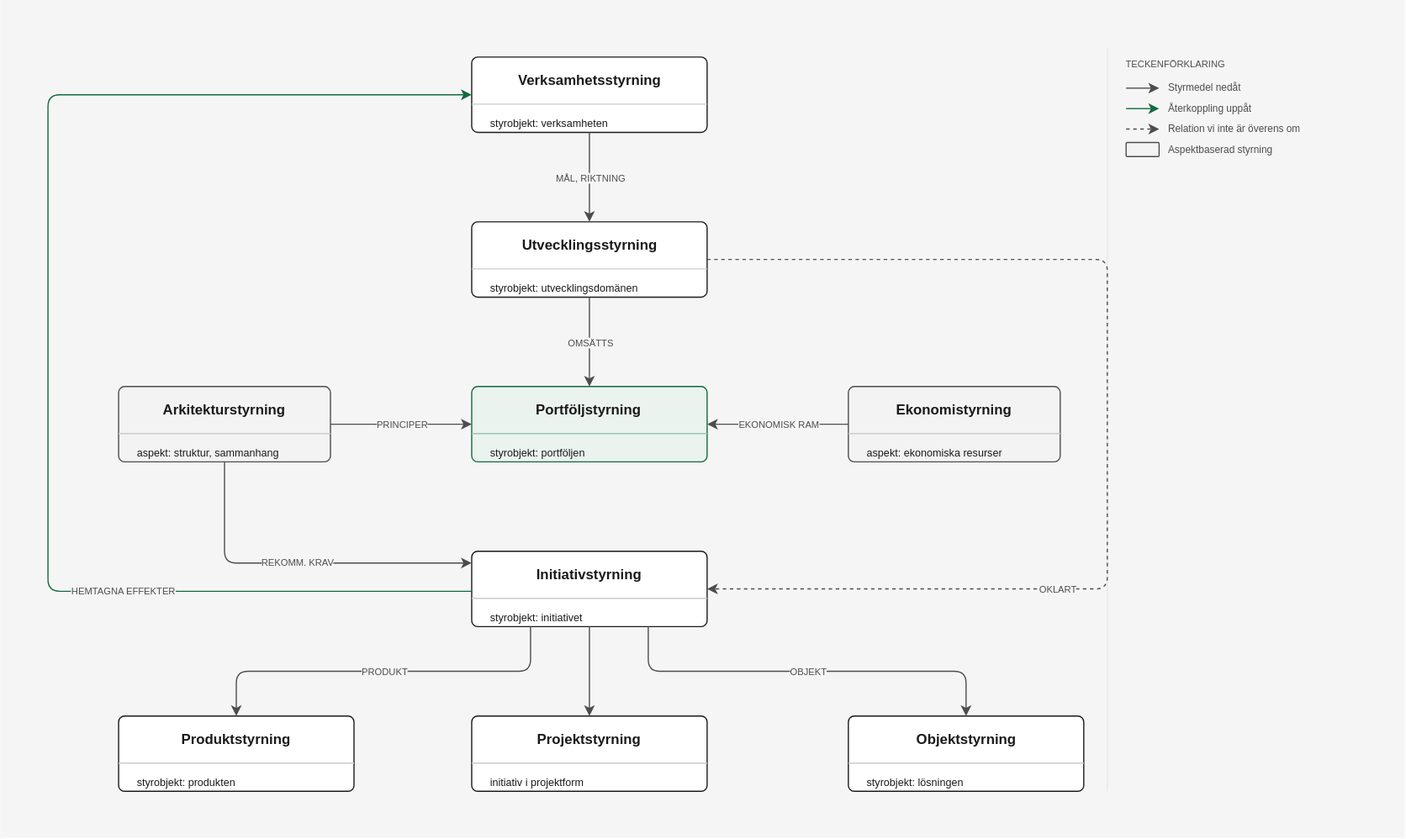
Above: layout/Styrning/Styrning flöde.drawio.svg in nickdin/gestaltadet-katalog (draw.io), before the change. Source tidied: cells renumbered, new cells last; positions are measured from the earlier drawing's top-left corner, leaving out a move shared by most shapes.
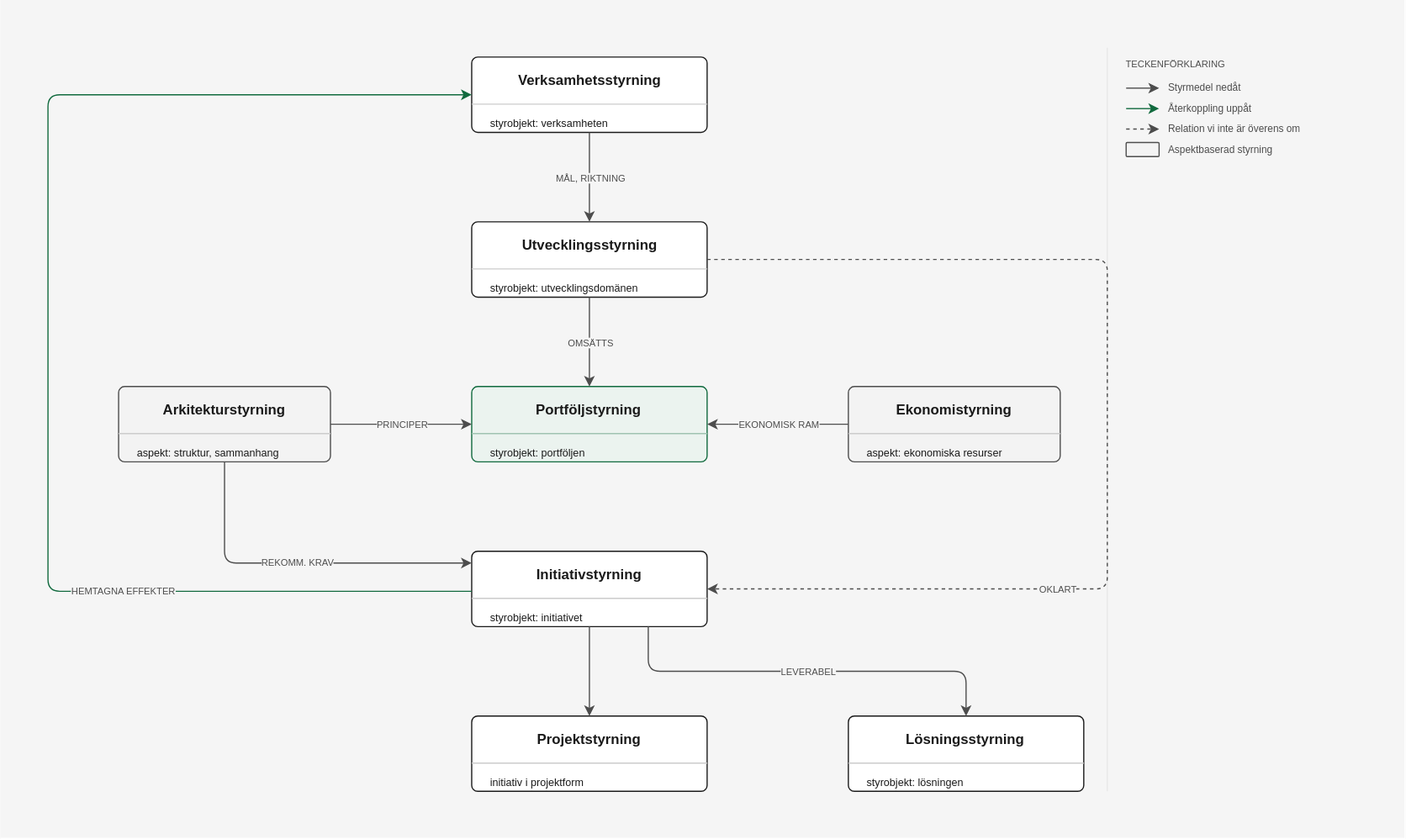
After the commit.

Commit message:
Ritningen Styrning flöde: 0 pilar ändrade, 1 tillagd (LEVERABEL), 2 borttagna (PRODUKT, OBJEKT), Ticket #156

Rutan Produktstyrning är borttagen, och rutan Objektstyrning heter Lösningsstyrning (C-047).

Claude-Session: https://claude.ai/code/session_014hgawKpwgUZB8TwH8a3dZx

What changed in the source:
```diff
@@ -113,24 +113,6 @@
         <mxPoint x="200" y="40" as="targetPoint" />
       </mxGeometry>
     </mxCell>
-    <mxCell id="33" style="group;" parent="1" vertex="1">
-      <mxGeometry x="100" y="608" width="200" height="64" as="geometry" />
-    </mxCell>
-    <mxCell id="34" style="rounded=1;arcSize=8;whiteSpace=wrap;html=1;fillColor=#ffffff;strokeColor=#1a1a1a;strokeWidth=1;" parent="33" vertex="1">
-      <mxGeometry width="200" height="64" as="geometry" />
-    </mxCell>
-    <mxCell id="35" value="Produktstyrning" style="text;html=1;strokeColor=none;fillColor=none;align=center;verticalAlign=middle;whiteSpace=wrap;overflow=hidden;fontFamily=Helvetica;fontSize=12;fontColor=#1a1a1a;fontStyle=1;spacing=0;" parent="33" vertex="1">
-      <mxGeometry x="42" y="10.8" width="116" height="18" as="geometry" />
-    </mxCell>
-    <mxCell id="36" value="styrobjekt: produkten" style="text;html=1;strokeColor=none;fillColor=none;align=left;verticalAlign=middle;whiteSpace=wrap;overflow=hidden;fontFamily=Helvetica;fontSize=9;fontColor=#1a1a1a;fontStyle=0;spacing=0;" parent="33" vertex="1">
-      <mxGeometry x="16" y="50.1" width="132.7" height="13.5" as="geometry" />
-    </mxCell>
-    <mxCell id="37" style="endArrow=none;html=1;strokeColor=#cccccc;" parent="33" edge="1">
-      <mxGeometry relative="1" as="geometry">
-        <mxPoint y="40" as="sourcePoint" />
-        <mxPoint x="200" y="40" as="targetPoint" />
-      </mxGeometry>
-    </mxCell>
     <mxCell id="38" style="group;" parent="1" vertex="1">
       <mxGeometry x="400" y="608" width="200" height="64" as="geometry" />
     </mxCell>
@@ -155,8 +137,8 @@
     <mxCell id="44" style="rounded=1;arcSize=8;whiteSpace=wrap;html=1;fillColor=#ffffff;strokeColor=#1a1a1a;strokeWidth=1;" parent="43" vertex="1">
       <mxGeometry width="200" height="64" as="geometry" />
     </mxCell>
-    <mxCell id="45" value="Objektstyrning" style="text;html=1;strokeColor=none;fillColor=none;align=center;verticalAlign=middle;whiteSpace=wrap;overflow=hidden;fontFamily=Helvetica;fontSize=12;fontColor=#1a1a1a;fontStyle=1;spacing=0;" parent="43" vertex="1">
-      <mxGeometry x="45.6" y="10.8" width="108.8" height="18" as="geometry" />
+    <mxCell id="45" value="Lösningsstyrning" style="text;html=1;strokeColor=none;fillColor=none;align=center;verticalAlign=middle;whiteSpace=wrap;overflow=hidden;fontFamily=Helvetica;fontSize=12;fontColor=#1a1a1a;fontStyle=1;spacing=0;" parent="43" vertex="1">
+      <mxGeometry x="38.4" y="10.8" width="123.2" height="18" as="geometry" />
     </mxCell>
     <mxCell id="46" value="styrobjekt: lösningen" style="text;html=1;strokeColor=none;fillColor=none;align=left;verticalAlign=middle;whiteSpace=wrap;overflow=hidden;fontFamily=Helvetica;fontSize=9;fontColor=#1a1a1a;fontStyle=0;spacing=0;" parent="43" vertex="1">
       <mxGeometry x="16" y="50.1" width="180.3" height="13.5" as="geometry" />
@@ -262,20 +244,12 @@
     <mxCell id="70" value="HEMTAGNA EFFEKTER" style="edgeLabel;html=1;align=center;verticalAlign=middle;fontFamily=Helvetica;fontSize=8;fontColor=#4d4d4d;fontStyle=0;labelBackgroundColor=#f5f5f5;" parent="69" vertex="1">
       <mxGeometry x="-0.48" relative="1" as="geometry" />
     </mxCell>
-    <mxCell id="71" style="edgeStyle=orthogonalEdgeStyle;rounded=1;html=1;strokeColor=#4d4d4d;strokeWidth=1;endArrow=classic;endSize=6;exitX=0.25;exitY=1.0;exitDx=0;exitDy=0;entryX=0.5;entryY=0.0;entryDx=0;entryDy=0;jumpStyle=line;" parent="1" edge="1" source="29" target="34">
-      <mxGeometry relative="1" as="geometry">
-        <Array as="points">
-          <mxPoint x="450" y="570" />
-          <mxPoint x="200" y="570" />
-        </Array>
-      </mxGeometry>
-    </mxCell>
-    <mxCell id="72" value="PRODUKT" style="edgeLabel;html=1;align=center;verticalAlign=middle;fontFamily=Helvetica;fontSize=8;fontColor=#4d4d4d;fontStyle=0;labelBackgroundColor=#f5f5f5;" parent="71" vertex="1">
-      <mxGeometry relative="1" as="geometry" />
-    </mxCell>
     <mxCell id="73" style="edgeStyle=orthogonalEdgeStyle;rounded=1;html=1;strokeColor=#4d4d4d;strokeWidth=1;endArrow=classic;endSize=6;exitX=0.5;exitY=1.0;exitDx=0;exitDy=0;entryX=0.5;entryY=0.0;entryDx=0;entryDy=0;jumpStyle=line;" parent="1" edge="1" source="29" target="39">
       <mxGeometry relative="1" as="geometry" />
     </mxCell>
+    <mxCell id="76" style="rounded=1;arcSize=8;whiteSpace=wrap;html=1;fillColor=#f3f3f3;strokeColor=#4d4d4d;strokeWidth=1;" parent="1" vertex="1">
+      <mxGeometry x="956" y="120.6" width="28" height="12" as="geometry" />
+    </mxCell>
     <mxCell id="74" style="edgeStyle=orthogonalEdgeStyle;rounded=1;html=1;strokeColor=#4d4d4d;strokeWidth=1;endArrow=classic;endSize=6;exitX=0.75;exitY=1.0;exitDx=0;exitDy=0;entryX=0.5;entryY=0.0;entryDx=0;entryDy=0;jumpStyle=line;" parent="1" edge="1" source="29" target="44">
       <mxGeometry relative="1" as="geometry">
         <Array as="points">
@@ -284,11 +258,8 @@
         </Array>
       </mxGeometry>
     </mxCell>
-    <mxCell id="75" value="OBJEKT" style="edgeLabel;html=1;align=center;verticalAlign=middle;fontFamily=Helvetica;fontSize=8;fontColor=#4d4d4d;fontStyle=0;labelBackgroundColor=#f5f5f5;" parent="74" vertex="1">
-      <mxGeometry relative="1" as="geometry" />
-    </mxCell>
-    <mxCell id="76" style="rounded=1;arcSize=8;whiteSpace=wrap;html=1;fillColor=#f3f3f3;strokeColor=#4d4d4d;strokeWidth=1;" parent="1" vertex="1">
-      <mxGeometry x="956" y="120.6" width="28" height="12" as="geometry" />
-    </mxCell>
+    <mxCell id="77" value="LEVERABEL" style="edgeLabel;html=1;align=center;verticalAlign=middle;fontFamily=Helvetica;fontSize=8;fontColor=#4d4d4d;fontStyle=0;labelBackgroundColor=#f5f5f5;" parent="74" vertex="1">
+      <mxGeometry relative="1" as="geometry" />
+    </mxCell>
   </root>
 </mxGraphModel>
```
